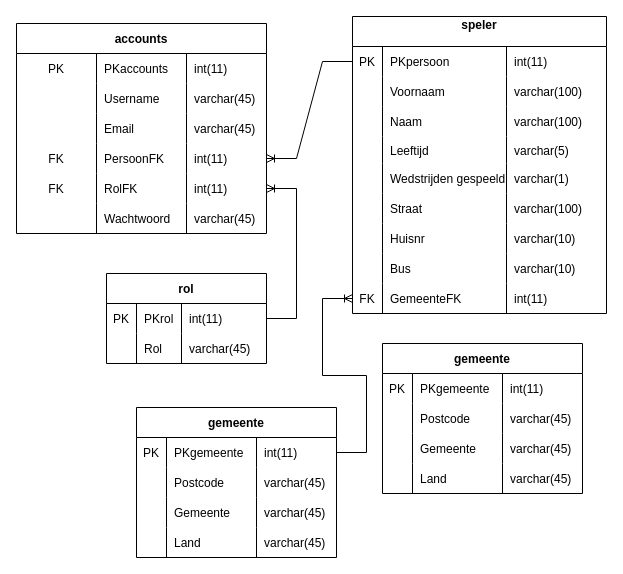
The draw.io diagram Untitled Diagram.drawio in GIP-Qual-IT/Website, before the edit. Source tidied: cells renumbered, new cells numbered last; positions are measured from the earlier drawing's top-left corner, leaving out a move shared by most shapes. Both pictures are drawn from the tidied source at 100%, with x=0, y=0 at pixel (16, 16).
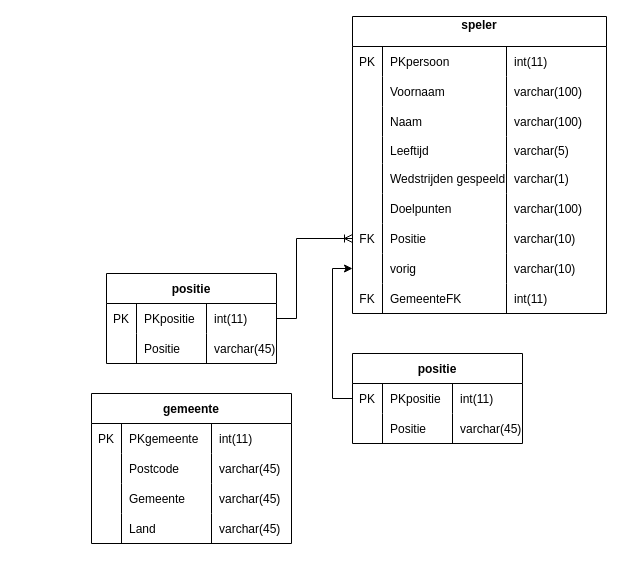
Above is the later version.

The change refers to these unchanged cells:
```xml
<mxCell id="28" style="shape=tableRow;horizontal=0;startSize=0;swimlaneHead=0;swimlaneBody=0;fillColor=none;points=[[0,0.5],[1,0.5]];portConstraint=eastwest;top=0;left=0;right=0;bottom=0;rounded=0;" parent="27" vertex="1">
  <mxGeometry y="30" width="200" height="30" as="geometry" />
</mxCell>
<mxCell id="45" style="shape=tableRow;horizontal=0;startSize=0;swimlaneHead=0;swimlaneBody=0;fillColor=none;points=[[0,0.5],[1,0.5]];portConstraint=eastwest;top=0;left=0;right=0;bottom=0;rounded=0;" parent="44" vertex="1">
  <mxGeometry y="30" width="254" height="30" as="geometry" />
</mxCell>
<mxCell id="65" style="shape=tableRow;horizontal=0;startSize=0;swimlaneHead=0;swimlaneBody=0;fillColor=none;top=0;left=0;right=0;bottom=0;rounded=0;" parent="44" vertex="1">
  <mxGeometry y="177" width="254" height="30" as="geometry" />
</mxCell>
<mxCell id="69" style="shape=tableRow;horizontal=0;startSize=0;swimlaneHead=0;swimlaneBody=0;fillColor=none;points=[[0,0.5],[1,0.5]];portConstraint=eastwest;top=0;left=0;right=0;bottom=0;rounded=0;" parent="44" vertex="1">
  <mxGeometry y="207" width="254" height="30" as="geometry" />
</mxCell>
<mxCell id="73" style="shape=tableRow;horizontal=0;startSize=0;swimlaneHead=0;swimlaneBody=0;fillColor=none;points=[[0,0.5],[1,0.5]];portConstraint=eastwest;top=0;left=0;right=0;bottom=0;rounded=0;" parent="44" vertex="1">
  <mxGeometry y="237" width="254" height="30" as="geometry" />
</mxCell>
<mxCell id="77" style="shape=tableRow;horizontal=0;startSize=0;swimlaneHead=0;swimlaneBody=0;fillColor=none;points=[[0,0.5],[1,0.5]];portConstraint=eastwest;top=0;left=0;right=0;bottom=0;rounded=0;" parent="44" vertex="1">
  <mxGeometry y="267" width="254" height="30" as="geometry" />
</mxCell>
```

What changed in the source:
```diff
@@
-    <mxCell id="2" value="accounts" style="shape=table;startSize=30;childLayout=tableLayout;rowLines=0;fontStyle=1;align=center;rounded=0;" parent="1" vertex="1">
-      <mxGeometry y="7" width="250" height="210" as="geometry" />
-    </mxCell>
-    <mxCell id="3" style="shape=tableRow;horizontal=0;startSize=0;swimlaneHead=0;swimlaneBody=0;fillColor=none;top=0;left=0;right=0;bottom=0;rounded=0;" parent="2" vertex="1">
-      <mxGeometry y="30" width="250" height="30" as="geometry" />
-    </mxCell>
-    <mxCell id="4" value="PK" style="shape=partialRectangle;overflow=hidden;fillColor=none;top=0;left=0;bottom=0;right=0;rounded=0;" parent="3" vertex="1">
-      <mxGeometry width="80" height="30" as="geometry" />
-    </mxCell>
-    <mxCell id="5" value="PKaccounts" style="shape=partialRectangle;overflow=hidden;fillColor=none;align=left;top=0;left=0;bottom=0;right=0;spacingLeft=6;rounded=0;" parent="3" vertex="1">
-      <mxGeometry x="80" width="90" height="30" as="geometry" />
-    </mxCell>
-    <mxCell id="6" value="int(11)" style="shape=partialRectangle;overflow=hidden;fillColor=none;align=left;top=0;left=0;bottom=0;right=0;spacingLeft=6;rounded=0;" parent="3" vertex="1">
-      <mxGeometry x="170" width="80" height="30" as="geometry" />
-    </mxCell>
-    <mxCell id="7" style="shape=tableRow;horizontal=0;startSize=0;swimlaneHead=0;swimlaneBody=0;fillColor=none;top=0;left=0;right=0;bottom=0;rounded=0;" parent="2" vertex="1">
-      <mxGeometry y="60" width="250" height="30" as="geometry" />
-    </mxCell>
-    <mxCell id="8" style="shape=partialRectangle;overflow=hidden;fillColor=none;top=0;left=0;bottom=0;right=0;rounded=0;" parent="7" vertex="1">
-      <mxGeometry width="80" height="30" as="geometry" />
-    </mxCell>
-    <mxCell id="9" value="Username" style="shape=partialRectangle;overflow=hidden;fillColor=none;align=left;top=0;left=0;bottom=0;right=0;spacingLeft=6;rounded=0;" parent="7" vertex="1">
-      <mxGeometry x="80" width="90" height="30" as="geometry" />
-    </mxCell>
-    <mxCell id="10" value="varchar(45)" style="shape=partialRectangle;overflow=hidden;fillColor=none;align=left;top=0;left=0;bottom=0;right=0;spacingLeft=6;rounded=0;" parent="7" vertex="1">
-      <mxGeometry x="170" width="80" height="30" as="geometry" />
-    </mxCell>
-    <mxCell id="11" style="shape=tableRow;horizontal=0;startSize=0;swimlaneHead=0;swimlaneBody=0;fillColor=none;top=0;left=0;right=0;bottom=0;rounded=0;" parent="2" vertex="1">
-      <mxGeometry y="90" width="250" height="30" as="geometry" />
-    </mxCell>
-    <mxCell id="12" style="shape=partialRectangle;overflow=hidden;fillColor=none;top=0;left=0;bottom=0;right=0;rounded=0;" parent="11" vertex="1">
-      <mxGeometry width="80" height="30" as="geometry" />
-    </mxCell>
-    <mxCell id="13" value="Email" style="shape=partialRectangle;overflow=hidden;fillColor=none;align=left;top=0;left=0;bottom=0;right=0;spacingLeft=6;rounded=0;" parent="11" vertex="1">
-      <mxGeometry x="80" width="90" height="30" as="geometry" />
-    </mxCell>
-    <mxCell id="14" value="varchar(45)" style="shape=partialRectangle;overflow=hidden;fillColor=none;align=left;top=0;left=0;bottom=0;right=0;spacingLeft=6;rounded=0;" parent="11" vertex="1">
-      <mxGeometry x="170" width="80" height="30" as="geometry" />
-    </mxCell>
-    <mxCell id="15" style="shape=tableRow;horizontal=0;startSize=0;swimlaneHead=0;swimlaneBody=0;fillColor=none;points=[[0,0.5],[1,0.5]];portConstraint=eastwest;top=0;left=0;right=0;bottom=0;rounded=0;" parent="2" vertex="1">
-      <mxGeometry y="120" width="250" height="30" as="geometry" />
-    </mxCell>
-    <mxCell id="16" value="FK" style="shape=partialRectangle;overflow=hidden;fillColor=none;top=0;left=0;bottom=0;right=0;rounded=0;" parent="15" vertex="1">
-      <mxGeometry width="80" height="30" as="geometry" />
-    </mxCell>
-    <mxCell id="17" value="PersoonFK" style="shape=partialRectangle;overflow=hidden;fillColor=none;align=left;top=0;left=0;bottom=0;right=0;spacingLeft=6;rounded=0;" parent="15" vertex="1">
-      <mxGeometry x="80" width="90" height="30" as="geometry" />
-    </mxCell>
-    <mxCell id="18" value="int(11)" style="shape=partialRectangle;overflow=hidden;fillColor=none;align=left;top=0;left=0;bottom=0;right=0;spacingLeft=6;rounded=0;" parent="15" vertex="1">
-      <mxGeometry x="170" width="80" height="30" as="geometry" />
-    </mxCell>
-    <mxCell id="19" style="shape=tableRow;horizontal=0;startSize=0;swimlaneHead=0;swimlaneBody=0;fillColor=none;points=[[0,0.5],[1,0.5]];portConstraint=eastwest;top=0;left=0;right=0;bottom=0;rounded=0;" parent="2" vertex="1">
-      <mxGeometry y="150" width="250" height="30" as="geometry" />
-    </mxCell>
-    <mxCell id="20" value="FK" style="shape=partialRectangle;overflow=hidden;fillColor=none;top=0;left=0;bottom=0;right=0;rounded=0;" parent="19" vertex="1">
-      <mxGeometry width="80" height="30" as="geometry" />
-    </mxCell>
-    <mxCell id="21" value="RolFK" style="shape=partialRectangle;overflow=hidden;fillColor=none;align=left;top=0;left=0;bottom=0;right=0;spacingLeft=6;rounded=0;" parent="19" vertex="1">
-      <mxGeometry x="80" width="90" height="30" as="geometry" />
-    </mxCell>
-    <mxCell id="22" value="int(11)" style="shape=partialRectangle;overflow=hidden;fillColor=none;align=left;top=0;left=0;bottom=0;right=0;spacingLeft=6;rounded=0;" parent="19" vertex="1">
-      <mxGeometry x="170" width="80" height="30" as="geometry" />
-    </mxCell>
-    <mxCell id="23" style="shape=tableRow;horizontal=0;startSize=0;swimlaneHead=0;swimlaneBody=0;fillColor=none;top=0;left=0;right=0;bottom=0;rounded=0;" parent="2" vertex="1">
-      <mxGeometry y="180" width="250" height="30" as="geometry" />
-    </mxCell>
-    <mxCell id="24" style="shape=partialRectangle;overflow=hidden;fillColor=none;top=0;left=0;bottom=0;right=0;rounded=0;" parent="23" vertex="1">
-      <mxGeometry width="80" height="30" as="geometry" />
-    </mxCell>
-    <mxCell id="25" value="Wachtwoord" style="shape=partialRectangle;overflow=hidden;fillColor=none;align=left;top=0;left=0;bottom=0;right=0;spacingLeft=6;rounded=0;" parent="23" vertex="1">
-      <mxGeometry x="80" width="90" height="30" as="geometry" />
-    </mxCell>
-    <mxCell id="26" value="varchar(45)" style="shape=partialRectangle;overflow=hidden;fillColor=none;align=left;top=0;left=0;bottom=0;right=0;spacingLeft=6;rounded=0;" parent="23" vertex="1">
-      <mxGeometry x="170" width="80" height="30" as="geometry" />
-    </mxCell>
     <mxCell id="27" value="gemeente" style="shape=table;startSize=30;childLayout=tableLayout;rowLines=0;fontStyle=1;align=center;rounded=0;" parent="1" vertex="1">
-      <mxGeometry x="120" y="391" width="200" height="150" as="geometry" />
+      <mxGeometry x="75" y="377" width="200" height="150" as="geometry" />
     </mxCell>
@@
-    <mxCell id="67" value="Straat" style="shape=partialRectangle;overflow=hidden;fillColor=none;align=left;top=0;left=0;bottom=0;right=0;spacingLeft=6;rounded=0;" parent="65" vertex="1">
+    <mxCell id="67" value="Doelpunten" style="shape=partialRectangle;overflow=hidden;fillColor=none;align=left;top=0;left=0;bottom=0;right=0;spacingLeft=6;rounded=0;" parent="65" vertex="1">
       <mxGeometry x="30" width="124" height="30" as="geometry" />
     </mxCell>
@@
-    <mxCell id="70" style="shape=partialRectangle;overflow=hidden;fillColor=none;top=0;left=0;bottom=0;right=0;rounded=0;" parent="69" vertex="1">
+    <mxCell id="70" value="FK" style="shape=partialRectangle;overflow=hidden;fillColor=none;top=0;left=0;bottom=0;right=0;rounded=0;" parent="69" vertex="1">
       <mxGeometry width="30" height="30" as="geometry" />
     </mxCell>
-    <mxCell id="71" value="Huisnr" style="shape=partialRectangle;overflow=hidden;fillColor=none;align=left;top=0;left=0;bottom=0;right=0;spacingLeft=6;rounded=0;" parent="69" vertex="1">
+    <mxCell id="71" value="Positie" style="shape=partialRectangle;overflow=hidden;fillColor=none;align=left;top=0;left=0;bottom=0;right=0;spacingLeft=6;rounded=0;" parent="69" vertex="1">
       <mxGeometry x="30" width="124" height="30" as="geometry" />
     </mxCell>
@@
-    <mxCell id="75" value="Bus" style="shape=partialRectangle;overflow=hidden;fillColor=none;align=left;top=0;left=0;bottom=0;right=0;spacingLeft=6;rounded=0;" parent="73" vertex="1">
+    <mxCell id="75" value="vorig" style="shape=partialRectangle;overflow=hidden;fillColor=none;align=left;top=0;left=0;bottom=0;right=0;spacingLeft=6;rounded=0;" parent="73" vertex="1">
       <mxGeometry x="30" width="124" height="30" as="geometry" />
     </mxCell>
@@
-    <mxCell id="81" value="rol" style="shape=table;startSize=30;childLayout=tableLayout;rowLines=0;fontStyle=1;align=center;rounded=0;" parent="1" vertex="1">
-      <mxGeometry x="90" y="257" width="160" height="90" as="geometry" />
+    <mxCell id="81" value="positie" style="shape=table;startSize=30;childLayout=tableLayout;rowLines=0;fontStyle=1;align=center;rounded=0;" parent="1" vertex="1">
+      <mxGeometry x="90" y="257" width="170" height="90" as="geometry" />
     </mxCell>
     <mxCell id="82" style="shape=tableRow;horizontal=0;startSize=0;swimlaneHead=0;swimlaneBody=0;fillColor=none;points=[[0,0.5],[1,0.5]];portConstraint=eastwest;top=0;left=0;right=0;bottom=0;rounded=0;" parent="81" vertex="1">
-      <mxGeometry y="30" width="160" height="30" as="geometry" />
+      <mxGeometry y="30" width="170" height="30" as="geometry" />
     </mxCell>
@@
-    <mxCell id="84" value="PKrol" style="shape=partialRectangle;overflow=hidden;fillColor=none;align=left;top=0;left=0;bottom=0;right=0;spacingLeft=6;rounded=0;" parent="82" vertex="1">
-      <mxGeometry x="30" width="45" height="30" as="geometry" />
+    <mxCell id="84" value="PKpositie" style="shape=partialRectangle;overflow=hidden;fillColor=none;align=left;top=0;left=0;bottom=0;right=0;spacingLeft=6;rounded=0;" parent="82" vertex="1">
+      <mxGeometry x="30" width="70" height="30" as="geometry" />
     </mxCell>
     <mxCell id="85" value="int(11)" style="shape=partialRectangle;overflow=hidden;fillColor=none;align=left;top=0;left=0;bottom=0;right=0;spacingLeft=6;rounded=0;" parent="82" vertex="1">
-      <mxGeometry x="75" width="85" height="30" as="geometry" />
+      <mxGeometry x="100" width="70" height="30" as="geometry" />
     </mxCell>
     <mxCell id="86" style="shape=tableRow;horizontal=0;startSize=0;swimlaneHead=0;swimlaneBody=0;fillColor=none;top=0;left=0;right=0;bottom=0;rounded=0;" parent="81" vertex="1">
-      <mxGeometry y="60" width="160" height="30" as="geometry" />
+      <mxGeometry y="60" width="170" height="30" as="geometry" />
     </mxCell>
@@
-    <mxCell id="88" value="Rol" style="shape=partialRectangle;overflow=hidden;fillColor=none;align=left;top=0;left=0;bottom=0;right=0;spacingLeft=6;rounded=0;" parent="86" vertex="1">
-      <mxGeometry x="30" width="45" height="30" as="geometry" />
+    <mxCell id="88" value="Positie" style="shape=partialRectangle;overflow=hidden;fillColor=none;align=left;top=0;left=0;bottom=0;right=0;spacingLeft=6;rounded=0;" parent="86" vertex="1">
+      <mxGeometry x="30" width="70" height="30" as="geometry" />
     </mxCell>
     <mxCell id="89" value="varchar(45)" style="shape=partialRectangle;overflow=hidden;fillColor=none;align=left;top=0;left=0;bottom=0;right=0;spacingLeft=6;rounded=0;" parent="86" vertex="1">
-      <mxGeometry x="75" width="85" height="30" as="geometry" />
+      <mxGeometry x="100" width="70" height="30" as="geometry" />
     </mxCell>
-    <mxCell id="90" style="edgeStyle=entityRelationEdgeStyle;fontSize=12;html=1;endArrow=ERoneToMany;rounded=0;" parent="1" edge="1" source="45" target="15">
-      <mxGeometry relative="1" as="geometry" />
-    </mxCell>
-    <mxCell id="91" style="edgeStyle=entityRelationEdgeStyle;fontSize=12;html=1;endArrow=ERoneToMany;rounded=0;" parent="1" edge="1" source="82" target="19">
-      <mxGeometry relative="1" as="geometry" />
-    </mxCell>
-    <mxCell id="92" style="edgeStyle=entityRelationEdgeStyle;fontSize=12;html=1;endArrow=ERoneToMany;rounded=0;" parent="1" edge="1" source="28" target="77">
-      <mxGeometry relative="1" as="geometry" />
-    </mxCell>
-    <mxCell id="93" value="gemeente" style="shape=table;startSize=30;childLayout=tableLayout;rowLines=0;fontStyle=1;align=center;rounded=0;" parent="1" vertex="1">
-      <mxGeometry x="366" y="327" width="200" height="150" as="geometry" />
-    </mxCell>
-    <mxCell id="94" style="shape=tableRow;horizontal=0;startSize=0;swimlaneHead=0;swimlaneBody=0;fillColor=none;top=0;left=0;right=0;bottom=0;rounded=0;" parent="93" vertex="1">
-      <mxGeometry y="30" width="200" height="30" as="geometry" />
-    </mxCell>
+    <mxCell id="110" style="edgeStyle=orthogonalEdgeStyle;rounded=0;jettySize=auto;html=1;exitX=1;exitY=0.5;exitDx=0;exitDy=0;entryX=0;entryY=0.5;entryDx=0;entryDy=0;endArrow=ERoneToMany;endFill=0;" parent="1" edge="1" source="82" target="69">
+      <mxGeometry relative="1" as="geometry">
+        <Array as="points">
+          <mxPoint x="280" y="302" />
+          <mxPoint x="280" y="222" />
+        </Array>
+      </mxGeometry>
+    </mxCell>
+    <mxCell id="111" value="positie" style="shape=table;startSize=30;childLayout=tableLayout;rowLines=0;fontStyle=1;align=center;rounded=0;" parent="1" vertex="1">
+      <mxGeometry x="336" y="337" width="170" height="90" as="geometry" />
+    </mxCell>
+    <mxCell id="112" style="shape=tableRow;horizontal=0;startSize=0;swimlaneHead=0;swimlaneBody=0;fillColor=none;points=[[0,0.5],[1,0.5]];portConstraint=eastwest;top=0;left=0;right=0;bottom=0;rounded=0;" parent="111" vertex="1">
+      <mxGeometry y="30" width="170" height="30" as="geometry" />
+    </mxCell>
-    <mxCell id="95" value="PK" style="shape=partialRectangle;overflow=hidden;fillColor=none;top=0;left=0;bottom=0;right=0;rounded=0;" parent="94" vertex="1">
+    <mxCell id="95" value="PK" style="shape=partialRectangle;overflow=hidden;fillColor=none;top=0;left=0;bottom=0;right=0;rounded=0;" parent="112" vertex="1">
       <mxGeometry width="30" height="30" as="geometry" />
     </mxCell>
-    <mxCell id="96" value="PKgemeente" style="shape=partialRectangle;overflow=hidden;fillColor=none;align=left;top=0;left=0;bottom=0;right=0;spacingLeft=6;rounded=0;" parent="94" vertex="1">
-      <mxGeometry x="30" width="90" height="30" as="geometry" />
-    </mxCell>
-    <mxCell id="97" value="int(11)" style="shape=partialRectangle;overflow=hidden;fillColor=none;align=left;top=0;left=0;bottom=0;right=0;spacingLeft=6;rounded=0;" parent="94" vertex="1">
-      <mxGeometry x="120" width="80" height="30" as="geometry" />
-    </mxCell>
-    <mxCell id="98" style="shape=tableRow;horizontal=0;startSize=0;swimlaneHead=0;swimlaneBody=0;fillColor=none;top=0;left=0;right=0;bottom=0;rounded=0;" parent="93" vertex="1">
-      <mxGeometry y="60" width="200" height="30" as="geometry" />
-    </mxCell>
-    <mxCell id="99" style="shape=partialRectangle;overflow=hidden;fillColor=none;top=0;left=0;bottom=0;right=0;rounded=0;" parent="98" vertex="1">
-      <mxGeometry width="30" height="30" as="geometry" />
-    </mxCell>
-    <mxCell id="100" value="Postcode" style="shape=partialRectangle;overflow=hidden;fillColor=none;align=left;top=0;left=0;bottom=0;right=0;spacingLeft=6;rounded=0;" parent="98" vertex="1">
-      <mxGeometry x="30" width="90" height="30" as="geometry" />
-    </mxCell>
-    <mxCell id="101" value="varchar(45)" style="shape=partialRectangle;overflow=hidden;fillColor=none;align=left;top=0;left=0;bottom=0;right=0;spacingLeft=6;rounded=0;" parent="98" vertex="1">
-      <mxGeometry x="120" width="80" height="30" as="geometry" />
-    </mxCell>
-    <mxCell id="102" style="shape=tableRow;horizontal=0;startSize=0;swimlaneHead=0;swimlaneBody=0;fillColor=none;top=0;left=0;right=0;bottom=0;rounded=0;" parent="93" vertex="1">
-      <mxGeometry y="90" width="200" height="30" as="geometry" />
-    </mxCell>
-    <mxCell id="103" style="shape=partialRectangle;overflow=hidden;fillColor=none;top=0;left=0;bottom=0;right=0;rounded=0;" parent="102" vertex="1">
-      <mxGeometry width="30" height="30" as="geometry" />
-    </mxCell>
-    <mxCell id="104" value="Gemeente" style="shape=partialRectangle;overflow=hidden;fillColor=none;align=left;top=0;left=0;bottom=0;right=0;spacingLeft=6;rounded=0;" parent="102" vertex="1">
-      <mxGeometry x="30" width="90" height="30" as="geometry" />
-    </mxCell>
-    <mxCell id="105" value="varchar(45)" style="shape=partialRectangle;overflow=hidden;fillColor=none;align=left;top=0;left=0;bottom=0;right=0;spacingLeft=6;rounded=0;" parent="102" vertex="1">
-      <mxGeometry x="120" width="80" height="30" as="geometry" />
-    </mxCell>
-    <mxCell id="106" style="shape=tableRow;horizontal=0;startSize=0;swimlaneHead=0;swimlaneBody=0;fillColor=none;top=0;left=0;right=0;bottom=0;rounded=0;" parent="93" vertex="1">
-      <mxGeometry y="120" width="200" height="30" as="geometry" />
-    </mxCell>
-    <mxCell id="107" style="shape=partialRectangle;overflow=hidden;fillColor=none;top=0;left=0;bottom=0;right=0;rounded=0;" parent="106" vertex="1">
-      <mxGeometry width="30" height="30" as="geometry" />
-    </mxCell>
-    <mxCell id="108" value="Land" style="shape=partialRectangle;overflow=hidden;fillColor=none;align=left;top=0;left=0;bottom=0;right=0;spacingLeft=6;rounded=0;" parent="106" vertex="1">
-      <mxGeometry x="30" width="90" height="30" as="geometry" />
-    </mxCell>
-    <mxCell id="109" value="varchar(45)" style="shape=partialRectangle;overflow=hidden;fillColor=none;align=left;top=0;left=0;bottom=0;right=0;spacingLeft=6;rounded=0;" parent="106" vertex="1">
-      <mxGeometry x="120" width="80" height="30" as="geometry" />
-    </mxCell>
+    <mxCell id="113" value="PKpositie" style="shape=partialRectangle;overflow=hidden;fillColor=none;align=left;top=0;left=0;bottom=0;right=0;spacingLeft=6;rounded=0;" parent="112" vertex="1">
+      <mxGeometry x="30" width="70" height="30" as="geometry" />
+    </mxCell>
+    <mxCell id="114" value="int(11)" style="shape=partialRectangle;overflow=hidden;fillColor=none;align=left;top=0;left=0;bottom=0;right=0;spacingLeft=6;rounded=0;" parent="112" vertex="1">
+      <mxGeometry x="100" width="70" height="30" as="geometry" />
+    </mxCell>
+    <mxCell id="115" style="shape=tableRow;horizontal=0;startSize=0;swimlaneHead=0;swimlaneBody=0;fillColor=none;top=0;left=0;right=0;bottom=0;rounded=0;" parent="111" vertex="1">
+      <mxGeometry y="60" width="170" height="30" as="geometry" />
+    </mxCell>
+    <mxCell id="116" style="shape=partialRectangle;overflow=hidden;fillColor=none;top=0;left=0;bottom=0;right=0;rounded=0;" parent="115" vertex="1">
+      <mxGeometry width="30" height="30" as="geometry" />
+    </mxCell>
+    <mxCell id="117" value="Positie" style="shape=partialRectangle;overflow=hidden;fillColor=none;align=left;top=0;left=0;bottom=0;right=0;spacingLeft=6;rounded=0;" parent="115" vertex="1">
+      <mxGeometry x="30" width="70" height="30" as="geometry" />
+    </mxCell>
+    <mxCell id="118" value="varchar(45)" style="shape=partialRectangle;overflow=hidden;fillColor=none;align=left;top=0;left=0;bottom=0;right=0;spacingLeft=6;rounded=0;" parent="115" vertex="1">
+      <mxGeometry x="100" width="70" height="30" as="geometry" />
+    </mxCell>
+    <mxCell id="119" style="edgeStyle=orthogonalEdgeStyle;rounded=0;jettySize=auto;html=1;exitX=0;exitY=0.5;exitDx=0;exitDy=0;entryX=0;entryY=0.5;entryDx=0;entryDy=0;" parent="1" edge="1" source="112" target="73">
+      <mxGeometry relative="1" as="geometry" />
+    </mxCell>
```
